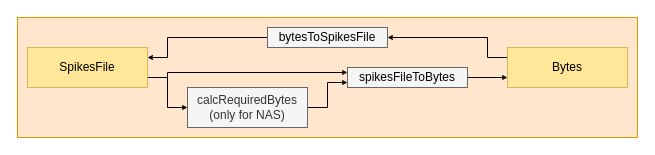
The draw.io diagram images/AERzip_ConversionFunctions.drawio in alvayus/AERzip, before the edit. Source tidied: cells renumbered, new cells numbered last; positions are measured from the earlier drawing's top-left corner, leaving out a move shared by most shapes. Both pictures are drawn from the tidied source at 100%, with x=0, y=0 at pixel (17, 17).
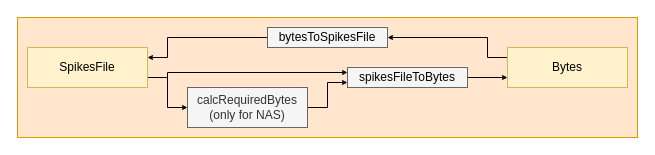
Above is the later version.

Diff of the diagram source:
```diff
@@
 <mxGraphModel>
   <root>
     <mxCell id="0" />
     <mxCell id="1" parent="0" />
     <mxCell id="2" style="rounded=0;whiteSpace=wrap;html=1;fillColor=#FFE6CC;strokeColor=#d79b00;" parent="1" vertex="1">
       <mxGeometry width="620" height="120" as="geometry" />
     </mxCell>
     <mxCell id="3" style="edgeStyle=orthogonalEdgeStyle;rounded=0;jettySize=auto;html=1;exitX=1;exitY=0.75;exitDx=0;exitDy=0;entryX=0;entryY=0.5;entryDx=0;entryDy=0;endSize=3;" parent="1" edge="1" source="5" target="9">
       <mxGeometry relative="1" as="geometry" />
     </mxCell>
     <mxCell id="4" style="edgeStyle=orthogonalEdgeStyle;rounded=0;jettySize=auto;html=1;exitX=1;exitY=0.75;exitDx=0;exitDy=0;entryX=0;entryY=0.25;entryDx=0;entryDy=0;endSize=3;" parent="1" edge="1" source="5" target="11">
       <mxGeometry relative="1" as="geometry">
         <Array as="points">
           <mxPoint x="150" y="60" />
           <mxPoint x="150" y="55" />
         </Array>
       </mxGeometry>
     </mxCell>
-    <mxCell id="5" value="SpikesFile" style="rounded=0;whiteSpace=wrap;html=1;fillColor=#FFE799;strokeColor=#d6b656;" parent="1" vertex="1">
+    <mxCell id="5" value="SpikesFile" style="rounded=0;whiteSpace=wrap;html=1;fillColor=#fff2cc;strokeColor=#d6b656;" parent="1" vertex="1">
       <mxGeometry x="10" y="30" width="120" height="40" as="geometry" />
     </mxCell>
     <mxCell id="6" style="edgeStyle=orthogonalEdgeStyle;rounded=0;jettySize=auto;html=1;exitX=0;exitY=0.25;exitDx=0;exitDy=0;entryX=1;entryY=0.5;entryDx=0;entryDy=0;endSize=3;" parent="1" edge="1" source="7" target="13">
       <mxGeometry relative="1" as="geometry">
         <Array as="points">
           <mxPoint x="470" y="40" />
           <mxPoint x="470" y="20" />
         </Array>
       </mxGeometry>
     </mxCell>
-    <mxCell id="7" value="Bytes" style="rounded=0;whiteSpace=wrap;html=1;fillColor=#FFE799;strokeColor=#d6b656;" parent="1" vertex="1">
+    <mxCell id="7" value="Bytes" style="rounded=0;whiteSpace=wrap;html=1;fillColor=#fff2cc;strokeColor=#d6b656;" parent="1" vertex="1">
       <mxGeometry x="490" y="30" width="120" height="40" as="geometry" />
     </mxCell>
     <mxCell id="8" style="edgeStyle=orthogonalEdgeStyle;rounded=0;jettySize=auto;html=1;exitX=1;exitY=0.5;exitDx=0;exitDy=0;entryX=0;entryY=0.75;entryDx=0;entryDy=0;endSize=3;" parent="1" edge="1" source="9" target="11">
       <mxGeometry relative="1" as="geometry" />
     </mxCell>
     <mxCell id="9" value="calcRequiredBytes&lt;br&gt;(only for NAS)" style="rounded=0;whiteSpace=wrap;html=1;fillColor=#f5f5f5;strokeColor=#666666;fontColor=#333333;" parent="1" vertex="1">
       <mxGeometry x="170" y="70" width="120" height="40" as="geometry" />
     </mxCell>
     <mxCell id="10" style="edgeStyle=orthogonalEdgeStyle;rounded=0;jettySize=auto;html=1;exitX=1;exitY=0.5;exitDx=0;exitDy=0;entryX=0;entryY=0.75;entryDx=0;entryDy=0;endSize=3;" parent="1" edge="1" source="11" target="7">
       <mxGeometry relative="1" as="geometry" />
     </mxCell>
     <mxCell id="11" value="&lt;span style=&quot;color: rgb(0, 0, 0);&quot;&gt;spikesFileToBytes&lt;/span&gt;" style="rounded=0;whiteSpace=wrap;html=1;fillColor=#f5f5f5;strokeColor=#666666;fontColor=#333333;" parent="1" vertex="1">
       <mxGeometry x="330" y="50" width="120" height="20" as="geometry" />
     </mxCell>
     <mxCell id="12" style="edgeStyle=orthogonalEdgeStyle;rounded=0;jettySize=auto;html=1;exitX=0;exitY=0.5;exitDx=0;exitDy=0;entryX=1;entryY=0.25;entryDx=0;entryDy=0;endSize=3;" parent="1" edge="1" source="13" target="5">
       <mxGeometry relative="1" as="geometry">
         <Array as="points">
           <mxPoint x="150" y="20" />
           <mxPoint x="150" y="40" />
         </Array>
       </mxGeometry>
     </mxCell>
     <mxCell id="13" value="&lt;span style=&quot;color: rgb(0, 0, 0);&quot;&gt;bytesToSpikesFile&lt;/span&gt;" style="rounded=0;whiteSpace=wrap;html=1;fillColor=#f5f5f5;strokeColor=#666666;fontColor=#333333;" parent="1" vertex="1">
       <mxGeometry x="250" y="10" width="120" height="20" as="geometry" />
     </mxCell>
   </root>
 </mxGraphModel>
```
